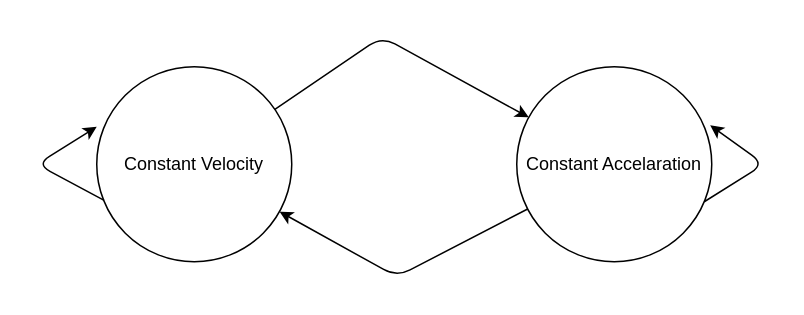
Earlier version of the draw.io diagram page "Page-5" (5 of 5) of Untitled Diagram.drawio (burakbasaraann/drawing). Source tidied: cells renumbered, new cells numbered last; positions are measured from the earlier drawing's top-left corner, leaving out a move shared by most shapes. Both pictures are drawn from the tidied source at 150%, with x=0, y=0 at pixel (36, 36).
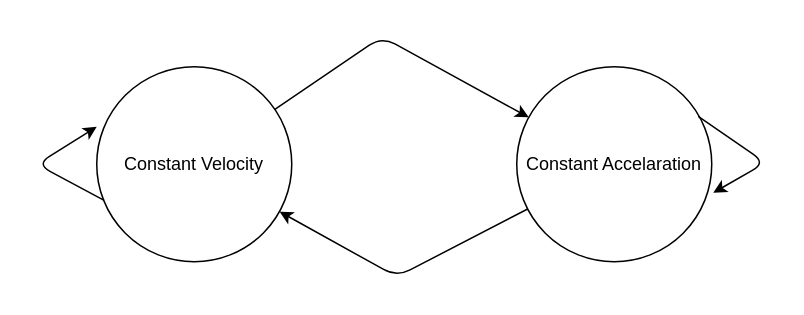
Above is the later version.

Diff of the diagram source:
```diff
@@
 <mxGraphModel>
   <root>
     <mxCell id="0" />
     <mxCell id="1" parent="0" />
     <mxCell id="2" value="Constant Velocity" style="ellipse;whiteSpace=wrap;html=1;" parent="1" vertex="1">
       <mxGeometry x="40" y="20" width="130" height="130" as="geometry" />
     </mxCell>
     <mxCell id="3" value="Constant Accelaration" style="ellipse;whiteSpace=wrap;html=1;" parent="1" vertex="1">
       <mxGeometry x="320" y="20" width="130" height="130" as="geometry" />
     </mxCell>
     <mxCell id="4" style="endArrow=classic;html=1;" parent="1" edge="1" source="2" target="3">
       <mxGeometry relative="1" as="geometry">
         <Array as="points">
           <mxPoint x="230" />
         </Array>
       </mxGeometry>
     </mxCell>
     <mxCell id="5" style="endArrow=classic;html=1;" parent="1" edge="1" source="3" target="2">
       <mxGeometry relative="1" as="geometry">
         <Array as="points">
           <mxPoint x="240" y="160" />
         </Array>
       </mxGeometry>
     </mxCell>
     <mxCell id="6" style="endArrow=classic;html=1;exitX=0.038;exitY=0.685;exitDx=0;exitDy=0;exitPerimeter=0;entryX=0;entryY=0.308;entryDx=0;entryDy=0;entryPerimeter=0;" parent="1" edge="1" source="2" target="2">
       <mxGeometry relative="1" as="geometry">
         <Array as="points">
           <mxPoint y="85" />
         </Array>
       </mxGeometry>
     </mxCell>
-    <mxCell id="7" style="endArrow=classic;html=1;entryX=0.992;entryY=0.3;entryDx=0;entryDy=0;entryPerimeter=0;exitX=0.923;exitY=0.692;exitDx=0;exitDy=0;exitPerimeter=0;" parent="1" edge="1" target="3">
+    <mxCell id="7" style="endArrow=classic;html=1;entryX=1;entryY=0.654;entryDx=0;entryDy=0;entryPerimeter=0;exitX=0.923;exitY=0.262;exitDx=0;exitDy=0;exitPerimeter=0;" parent="1" edge="1">
       <mxGeometry relative="1" as="geometry">
-        <mxPoint x="445" y="110" as="sourcePoint" />
+        <mxPoint x="441" y="53.1" as="sourcePoint" />
+        <mxPoint x="451" y="104" as="targetPoint" />
         <Array as="points">
-          <mxPoint x="485" y="85" />
+          <mxPoint x="486" y="84" />
         </Array>
       </mxGeometry>
     </mxCell>
   </root>
 </mxGraphModel>
```
